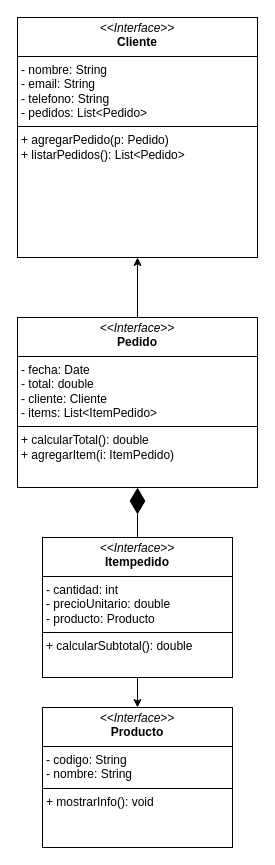
Earlier version of the draw.io diagram page "Página-9" (9 of 10) of Taller10Ejercicios.drawio (JetstreamSam09/sena_trabajos_trimestre2). Source tidied: cells renumbered, new cells numbered last; positions are measured from the earlier drawing's top-left corner, leaving out a move shared by most shapes. Both pictures are drawn from the tidied source at 100%, with x=0, y=0 at pixel (17, 17).
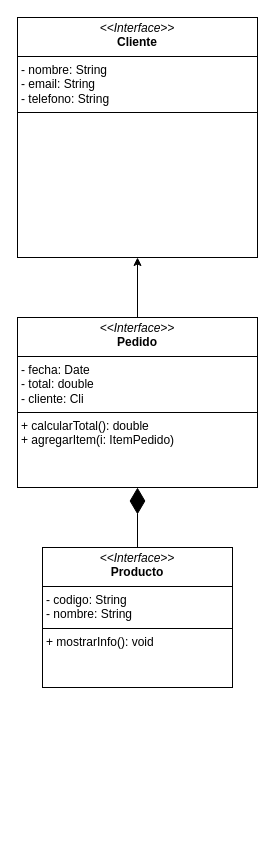
Above is the later version.

Change to the diagram source:
```diff
@@
 <mxGraphModel>
   <root>
     <mxCell id="0" />
     <mxCell id="1" parent="0" />
-    <mxCell id="2" value="&lt;p style=&quot;margin:0px;margin-top:4px;text-align:center;&quot;&gt;&lt;i&gt;&amp;lt;&amp;lt;Interface&amp;gt;&amp;gt;&lt;/i&gt;&lt;br&gt;&lt;b&gt;Cliente&lt;/b&gt;&lt;/p&gt;&lt;hr size=&quot;1&quot; style=&quot;border-style:solid;&quot;&gt;&lt;p style=&quot;margin:0px;margin-left:4px;&quot;&gt;- nombre: String&lt;/p&gt;&lt;p style=&quot;margin:0px;margin-left:4px;&quot;&gt;- email: String&lt;/p&gt;&lt;p style=&quot;margin:0px;margin-left:4px;&quot;&gt;- telefono: String&lt;/p&gt;&lt;p style=&quot;margin:0px;margin-left:4px;&quot;&gt;- pedidos: List&amp;lt;Pedido&amp;gt;&lt;/p&gt;&lt;hr size=&quot;1&quot; style=&quot;border-style:solid;&quot;&gt;&lt;p style=&quot;margin:0px;margin-left:4px;&quot;&gt;+ agregarPedido(p: Pedido)&lt;/p&gt;&lt;p style=&quot;margin:0px;margin-left:4px;&quot;&gt;+ listarPedidos(): List&amp;lt;Pedido&amp;gt;&lt;/p&gt;" style="verticalAlign=top;align=left;overflow=fill;html=1;whiteSpace=wrap;" parent="1" vertex="1">
+    <mxCell id="2" value="&lt;p style=&quot;margin:0px;margin-top:4px;text-align:center;&quot;&gt;&lt;i&gt;&amp;lt;&amp;lt;Interface&amp;gt;&amp;gt;&lt;/i&gt;&lt;br&gt;&lt;b&gt;Cliente&lt;/b&gt;&lt;/p&gt;&lt;hr size=&quot;1&quot; style=&quot;border-style:solid;&quot;&gt;&lt;p style=&quot;margin:0px;margin-left:4px;&quot;&gt;- nombre: String&lt;/p&gt;&lt;p style=&quot;margin:0px;margin-left:4px;&quot;&gt;- email: String&lt;/p&gt;&lt;p style=&quot;margin:0px;margin-left:4px;&quot;&gt;- telefono: String&lt;/p&gt;&lt;hr size=&quot;1&quot; style=&quot;border-style:solid;&quot;&gt;&lt;p style=&quot;margin:0px;margin-left:4px;&quot;&gt;&lt;br&gt;&lt;/p&gt;" style="verticalAlign=top;align=left;overflow=fill;html=1;whiteSpace=wrap;" parent="1" vertex="1">
       <mxGeometry width="240" height="240" as="geometry" />
     </mxCell>
     <mxCell id="3" style="edgeStyle=orthogonalEdgeStyle;rounded=0;jettySize=auto;html=1;entryX=0.5;entryY=1;entryDx=0;entryDy=0;" parent="1" edge="1" source="4" target="2">
       <mxGeometry relative="1" as="geometry" />
     </mxCell>
-    <mxCell id="4" value="&lt;p style=&quot;margin:0px;margin-top:4px;text-align:center;&quot;&gt;&lt;i&gt;&amp;lt;&amp;lt;Interface&amp;gt;&amp;gt;&lt;/i&gt;&lt;br&gt;&lt;b&gt;Pedido&lt;/b&gt;&lt;/p&gt;&lt;hr size=&quot;1&quot; style=&quot;border-style:solid;&quot;&gt;&lt;p style=&quot;margin:0px;margin-left:4px;&quot;&gt;- fecha: Date&lt;/p&gt;&lt;p style=&quot;margin:0px;margin-left:4px;&quot;&gt;- total: double&lt;/p&gt;&lt;p style=&quot;margin:0px;margin-left:4px;&quot;&gt;- cliente: Cliente&lt;/p&gt;&lt;p style=&quot;margin:0px;margin-left:4px;&quot;&gt;- items: List&amp;lt;ItemPedido&amp;gt;&lt;/p&gt;&lt;hr size=&quot;1&quot; style=&quot;border-style:solid;&quot;&gt;&lt;p style=&quot;margin:0px;margin-left:4px;&quot;&gt;+ calcularTotal(): double&lt;/p&gt;&lt;p style=&quot;margin:0px;margin-left:4px;&quot;&gt;+ agregarItem(i: ItemPedido)&lt;/p&gt;" style="verticalAlign=top;align=left;overflow=fill;html=1;whiteSpace=wrap;" parent="1" vertex="1">
+    <mxCell id="4" value="&lt;p style=&quot;margin:0px;margin-top:4px;text-align:center;&quot;&gt;&lt;i&gt;&amp;lt;&amp;lt;Interface&amp;gt;&amp;gt;&lt;/i&gt;&lt;br&gt;&lt;b&gt;Pedido&lt;/b&gt;&lt;/p&gt;&lt;hr size=&quot;1&quot; style=&quot;border-style:solid;&quot;&gt;&lt;p style=&quot;margin:0px;margin-left:4px;&quot;&gt;- fecha: Date&lt;/p&gt;&lt;p style=&quot;margin:0px;margin-left:4px;&quot;&gt;- total: double&lt;/p&gt;&lt;p style=&quot;margin:0px;margin-left:4px;&quot;&gt;- cliente: Cli&lt;/p&gt;&lt;hr size=&quot;1&quot; style=&quot;border-style:solid;&quot;&gt;&lt;p style=&quot;margin:0px;margin-left:4px;&quot;&gt;+ calcularTotal(): double&lt;/p&gt;&lt;p style=&quot;margin:0px;margin-left:4px;&quot;&gt;+ agregarItem(i: ItemPedido)&lt;/p&gt;" style="verticalAlign=top;align=left;overflow=fill;html=1;whiteSpace=wrap;" parent="1" vertex="1">
       <mxGeometry y="300" width="240" height="170" as="geometry" />
     </mxCell>
-    <mxCell id="5" style="edgeStyle=orthogonalEdgeStyle;rounded=0;jettySize=auto;html=1;entryX=0.5;entryY=0;entryDx=0;entryDy=0;" parent="1" edge="1" source="6" target="7">
-      <mxGeometry relative="1" as="geometry" />
-    </mxCell>
-    <mxCell id="6" value="&lt;p style=&quot;margin:0px;margin-top:4px;text-align:center;&quot;&gt;&lt;i&gt;&amp;lt;&amp;lt;Interface&amp;gt;&amp;gt;&lt;/i&gt;&lt;br&gt;&lt;b&gt;Itempedido&lt;/b&gt;&lt;/p&gt;&lt;hr size=&quot;1&quot; style=&quot;border-style:solid;&quot;&gt;&lt;p style=&quot;margin:0px;margin-left:4px;&quot;&gt;- cantidad: int&lt;/p&gt;&lt;p style=&quot;margin:0px;margin-left:4px;&quot;&gt;- precioUnitario: double&lt;/p&gt;&lt;p style=&quot;margin:0px;margin-left:4px;&quot;&gt;- producto: Producto&lt;/p&gt;&lt;hr size=&quot;1&quot; style=&quot;border-style:solid;&quot;&gt;&lt;p style=&quot;margin:0px;margin-left:4px;&quot;&gt;+ calcularSubtotal(): double&lt;/p&gt;" style="verticalAlign=top;align=left;overflow=fill;html=1;whiteSpace=wrap;" parent="1" vertex="1">
-      <mxGeometry x="25" y="520" width="190" height="140" as="geometry" />
-    </mxCell>
     <mxCell id="7" value="&lt;p style=&quot;margin:0px;margin-top:4px;text-align:center;&quot;&gt;&lt;i&gt;&amp;lt;&amp;lt;Interface&amp;gt;&amp;gt;&lt;/i&gt;&lt;br&gt;&lt;b&gt;Producto&lt;/b&gt;&lt;/p&gt;&lt;hr size=&quot;1&quot; style=&quot;border-style:solid;&quot;&gt;&lt;p style=&quot;margin:0px;margin-left:4px;&quot;&gt;- codigo: String&lt;/p&gt;&lt;p style=&quot;margin:0px;margin-left:4px;&quot;&gt;- nombre: String&lt;/p&gt;&lt;hr size=&quot;1&quot; style=&quot;border-style:solid;&quot;&gt;&lt;p style=&quot;margin:0px;margin-left:4px;&quot;&gt;+ mostrarInfo(): void&lt;/p&gt;" style="verticalAlign=top;align=left;overflow=fill;html=1;whiteSpace=wrap;" parent="1" vertex="1">
-      <mxGeometry x="25" y="690" width="190" height="140" as="geometry" />
+      <mxGeometry x="25" y="530" width="190" height="140" as="geometry" />
     </mxCell>
-    <mxCell id="8" style="endArrow=diamondThin;endFill=1;endSize=24;html=1;rounded=0;exitX=0.5;exitY=0;exitDx=0;exitDy=0;entryX=0.5;entryY=1;entryDx=0;entryDy=0;" parent="1" edge="1" source="6" target="4">
+    <mxCell id="8" style="endArrow=diamondThin;endFill=1;endSize=24;html=1;rounded=0;exitX=0.5;exitY=0;exitDx=0;exitDy=0;entryX=0.5;entryY=1;entryDx=0;entryDy=0;" parent="1" edge="1" source="7" target="4">
       <mxGeometry relative="1" as="geometry" />
     </mxCell>
   </root>
 </mxGraphModel>
```
